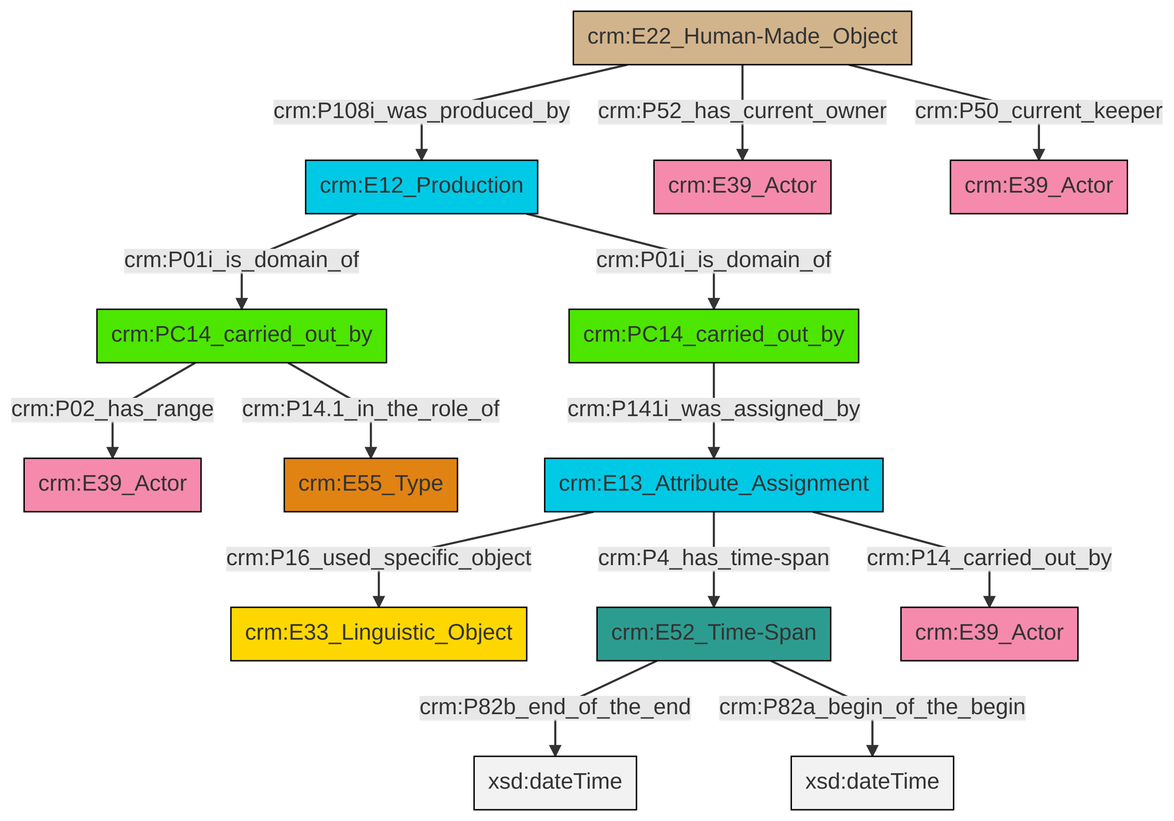
Before: et/carrierCSV/ttl/mmd/png/carrier_relations.png, a diagram exported from Mermaid (swiss-art-research-net/docs.swissartresearch). Its source is kept beside it as et/carrierCSV/ttl/mmd/carrier_relations.ttl.mmd.
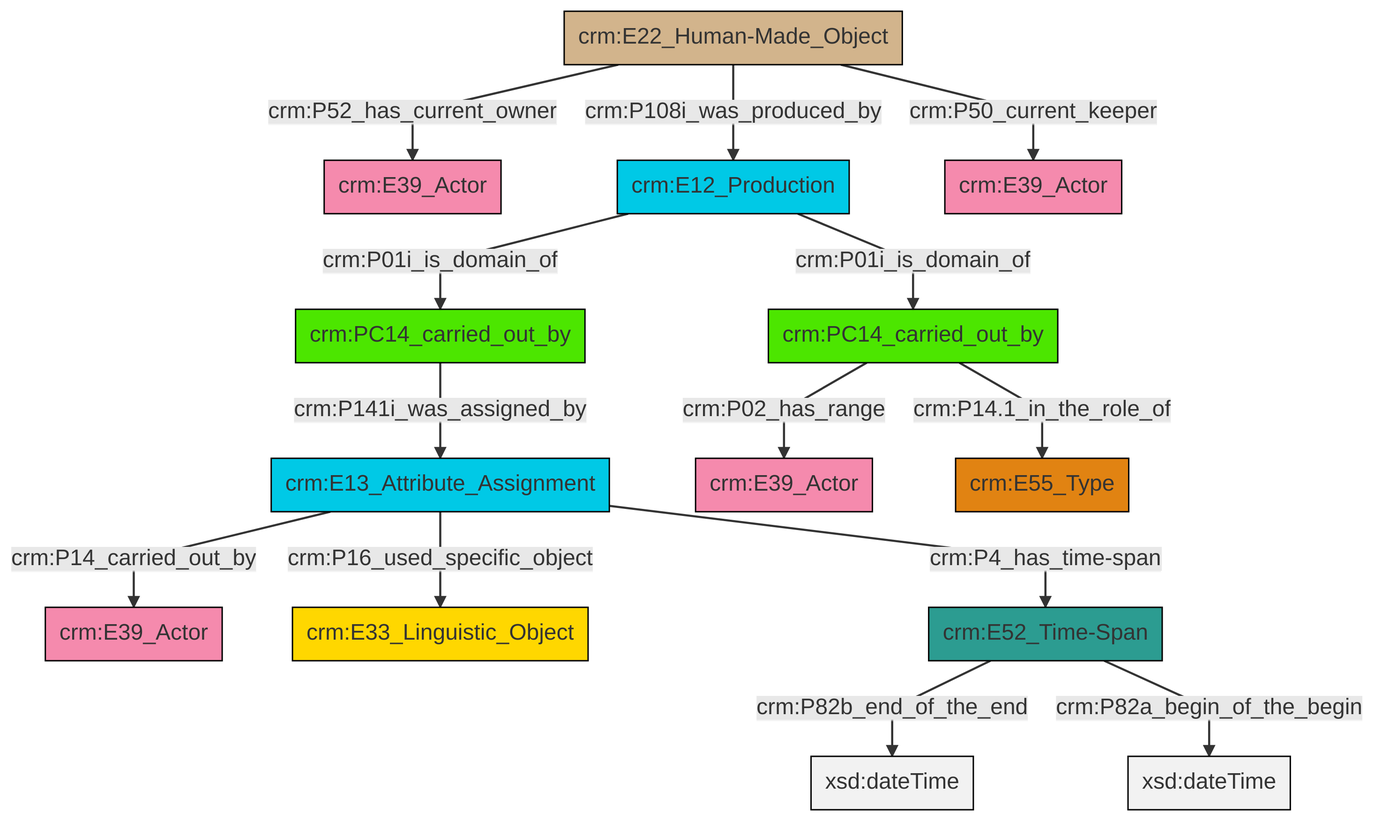
The same diagram one commit later.

The edit, as a diff of the source:
```diff
@@ -13,16 +13,16 @@
 classDef PC_Classes fill:#4ce600, stroke:#000000;
 classDef Multi fill:#cccccc,stroke:#000000;
 
-2["crm:E52_Time-Span"]:::Time-Span -->|crm:P82b_end_of_the_end| 3[xsd:dateTime]:::Literal
-6["crm:E12_Production"]:::Temporal_Entity -->|crm:P01i_is_domain_of| 7["crm:PC14_carried_out_by"]:::PC_Classes
-7["crm:PC14_carried_out_by"]:::PC_Classes -->|crm:P02_has_range| 11["crm:E39_Actor"]:::Actor
-2["crm:E52_Time-Span"]:::Time-Span -->|crm:P82a_begin_of_the_begin| 16[xsd:dateTime]:::Literal
-17["crm:E13_Attribute_Assignment"]:::Temporal_Entity -->|crm:P16_used_specific_object| 0["crm:E33_Linguistic_Object"]:::Conceptual_Object
-9["crm:E22_Human-Made_Object"]:::Physical_Thing -->|crm:P108i_was_produced_by| 6["crm:E12_Production"]:::Temporal_Entity
-17["crm:E13_Attribute_Assignment"]:::Temporal_Entity -->|crm:P4_has_time-span| 2["crm:E52_Time-Span"]:::Time-Span
-6["crm:E12_Production"]:::Temporal_Entity -->|crm:P01i_is_domain_of| 18["crm:PC14_carried_out_by"]:::PC_Classes
-9["crm:E22_Human-Made_Object"]:::Physical_Thing -->|crm:P52_has_current_owner| 12["crm:E39_Actor"]:::Actor
-17["crm:E13_Attribute_Assignment"]:::Temporal_Entity -->|crm:P14_carried_out_by| 4["crm:E39_Actor"]:::Actor
-18["crm:PC14_carried_out_by"]:::PC_Classes -->|crm:P141i_was_assigned_by| 17["crm:E13_Attribute_Assignment"]:::Temporal_Entity
-7["crm:PC14_carried_out_by"]:::PC_Classes -->|crm:P14.1_in_the_role_of| 21["crm:E55_Type"]:::Type
-9["crm:E22_Human-Made_Object"]:::Physical_Thing -->|crm:P50_current_keeper| 14["crm:E39_Actor"]:::Actor
+2["crm:E13_Attribute_Assignment"]:::Temporal_Entity -->|crm:P16_used_specific_object| 3["crm:E33_Linguistic_Object"]:::Conceptual_Object
+4["crm:PC14_carried_out_by"]:::PC_Classes -->|crm:P02_has_range| 10["crm:E39_Actor"]:::Actor
+16["crm:E12_Production"]:::Temporal_Entity -->|crm:P01i_is_domain_of| 6["crm:PC14_carried_out_by"]:::PC_Classes
+16["crm:E12_Production"]:::Temporal_Entity -->|crm:P01i_is_domain_of| 4["crm:PC14_carried_out_by"]:::PC_Classes
+2["crm:E13_Attribute_Assignment"]:::Temporal_Entity -->|crm:P14_carried_out_by| 0["crm:E39_Actor"]:::Actor
+14["crm:E52_Time-Span"]:::Time-Span -->|crm:P82b_end_of_the_end| 17[xsd:dateTime]:::Literal
+19["crm:E22_Human-Made_Object"]:::Physical_Thing -->|crm:P50_current_keeper| 20["crm:E39_Actor"]:::Actor
+19["crm:E22_Human-Made_Object"]:::Physical_Thing -->|crm:P52_has_current_owner| 8["crm:E39_Actor"]:::Actor
+14["crm:E52_Time-Span"]:::Time-Span -->|crm:P82a_begin_of_the_begin| 21[xsd:dateTime]:::Literal
+19["crm:E22_Human-Made_Object"]:::Physical_Thing -->|crm:P108i_was_produced_by| 16["crm:E12_Production"]:::Temporal_Entity
+2["crm:E13_Attribute_Assignment"]:::Temporal_Entity -->|crm:P4_has_time-span| 14["crm:E52_Time-Span"]:::Time-Span
+4["crm:PC14_carried_out_by"]:::PC_Classes -->|crm:P14.1_in_the_role_of| 12["crm:E55_Type"]:::Type
+6["crm:PC14_carried_out_by"]:::PC_Classes -->|crm:P141i_was_assigned_by| 2["crm:E13_Attribute_Assignment"]:::Temporal_Entity
```
